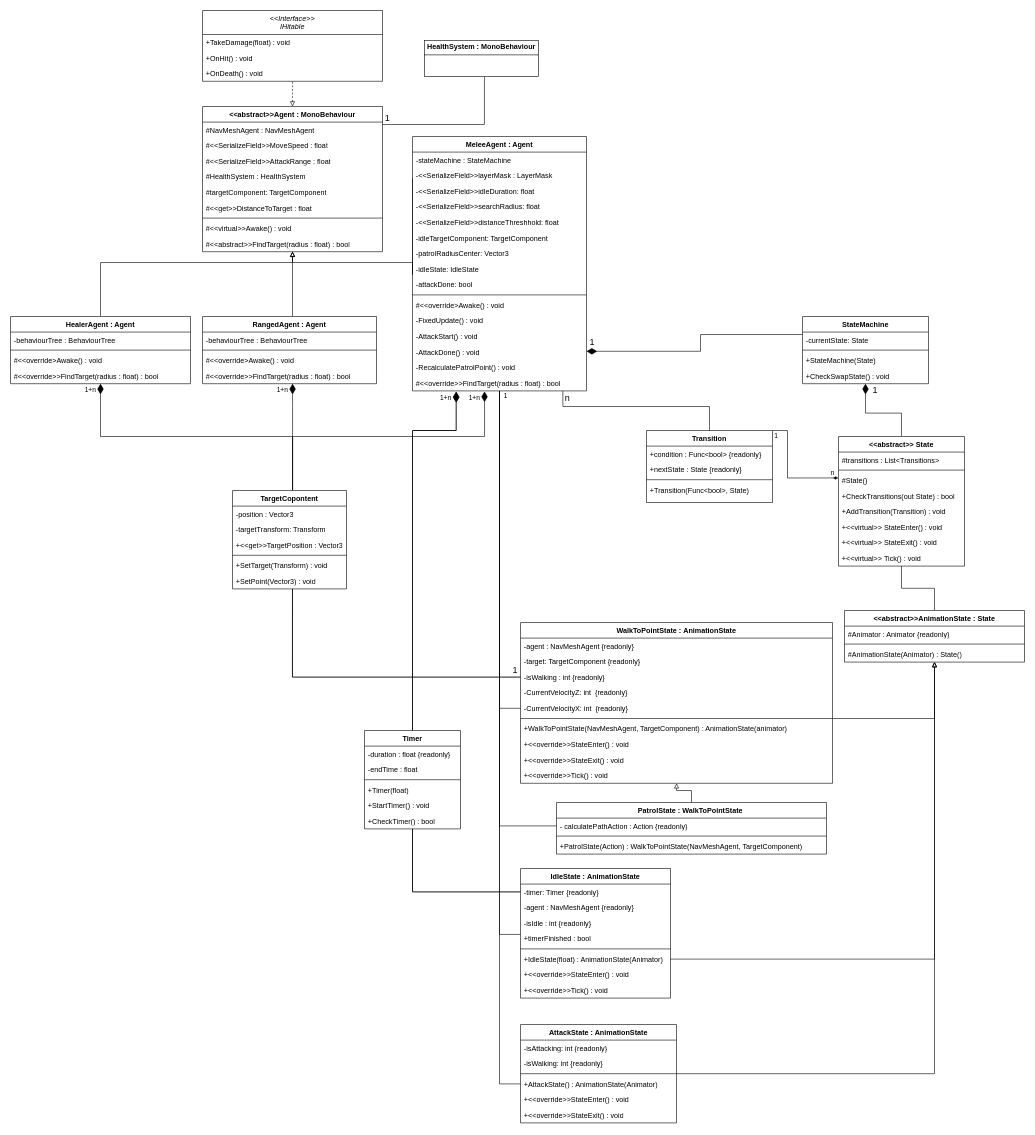
Before: page "Page-1" (1 of 2) of KIProjektKlasseDiagram.drawio in RDMJoker/LL_Semester2_Project, a draw.io diagram. Source tidied: cells renumbered, new cells numbered last; positions are measured from the earlier drawing's top-left corner, leaving out a move shared by most shapes. Both pictures are drawn from the tidied source at 60%, with x=0, y=0 at pixel (10, 10).
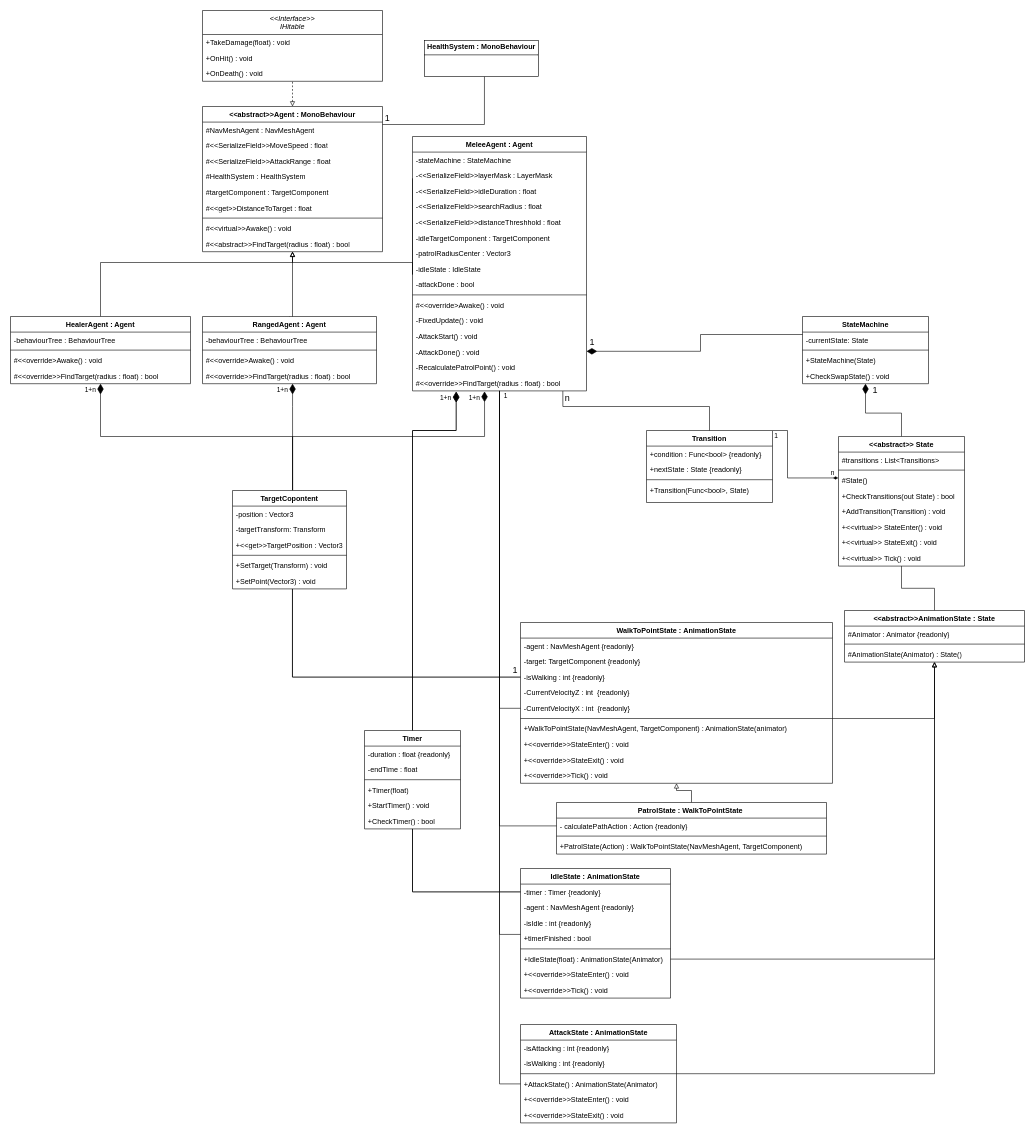
The same page after the edit.

Unchanged cells that the change refers to:
```xml
<mxCell id="5" value="MeleeAgent : Agent" style="swimlane;fontStyle=1;align=center;verticalAlign=top;horizontal=1;startSize=26;rounded=0;shadow=0;strokeWidth=1;" parent="1" vertex="1">
  <mxGeometry x="670" y="210" width="290" height="424" as="geometry" />
</mxCell>
<mxCell id="46" value="WalkToPointState : AnimationState" style="swimlane;fontStyle=1;align=center;verticalAlign=top;horizontal=1;startSize=26;rounded=0;shadow=0;strokeWidth=1;" parent="1" vertex="1">
  <mxGeometry x="850" y="1020" width="520" height="268" as="geometry" />
</mxCell>
<mxCell id="58" value="IdleState : AnimationState" style="swimlane;fontStyle=1;align=center;verticalAlign=top;horizontal=1;startSize=26;rounded=0;shadow=0;strokeWidth=1;" parent="1" vertex="1">
  <mxGeometry x="850" y="1430" width="250" height="216" as="geometry" />
</mxCell>
<mxCell id="70" value="&amp;lt;&amp;lt;abstract&amp;gt;&amp;gt;Agent : MonoBehaviour" style="swimlane;fontStyle=1;align=center;verticalAlign=top;horizontal=1;startSize=26;whiteSpace=wrap;html=1;" parent="1" vertex="1">
  <mxGeometry x="320" y="160" width="300" height="242" as="geometry" />
</mxCell>
<mxCell id="117" value="AttackState : AnimationState" style="swimlane;fontStyle=1;align=center;verticalAlign=top;horizontal=1;startSize=26;whiteSpace=wrap;html=1;" parent="1" vertex="1">
  <mxGeometry x="850" y="1690" width="260" height="164" as="geometry" />
</mxCell>
```

The edit, as a diff of the source:
```diff
@@
-    <mxCell id="8" value="-&lt;&lt;SerializeField&gt;&gt;idleDuration: float" style="text;align=left;verticalAlign=top;spacingLeft=4;spacingRight=4;overflow=hidden;" parent="5" vertex="1">
+    <mxCell id="8" value="-&lt;&lt;SerializeField&gt;&gt;idleDuration : float" style="text;align=left;verticalAlign=top;spacingLeft=4;spacingRight=4;overflow=hidden;" parent="5" vertex="1">
       <mxGeometry y="78" width="290" height="26" as="geometry" />
     </mxCell>
-    <mxCell id="9" value="-&lt;&lt;SerializeField&gt;&gt;searchRadius: float" style="text;align=left;verticalAlign=top;spacingLeft=4;spacingRight=4;overflow=hidden;" parent="5" vertex="1">
+    <mxCell id="9" value="-&lt;&lt;SerializeField&gt;&gt;searchRadius : float" style="text;align=left;verticalAlign=top;spacingLeft=4;spacingRight=4;overflow=hidden;" parent="5" vertex="1">
       <mxGeometry y="104" width="290" height="26" as="geometry" />
     </mxCell>
-    <mxCell id="10" value="-&lt;&lt;SerializeField&gt;&gt;distanceThreshhold: float" style="text;align=left;verticalAlign=top;spacingLeft=4;spacingRight=4;overflow=hidden;" parent="5" vertex="1">
+    <mxCell id="10" value="-&lt;&lt;SerializeField&gt;&gt;distanceThreshhold : float" style="text;align=left;verticalAlign=top;spacingLeft=4;spacingRight=4;overflow=hidden;" parent="5" vertex="1">
       <mxGeometry y="130" width="290" height="26" as="geometry" />
     </mxCell>
-    <mxCell id="11" value="-idleTargetComponent: TargetComponent" style="text;align=left;verticalAlign=top;spacingLeft=4;spacingRight=4;overflow=hidden;" parent="5" vertex="1">
+    <mxCell id="11" value="-idleTargetComponent : TargetComponent" style="text;align=left;verticalAlign=top;spacingLeft=4;spacingRight=4;overflow=hidden;" parent="5" vertex="1">
       <mxGeometry y="156" width="290" height="26" as="geometry" />
     </mxCell>
-    <mxCell id="12" value="-patrolRadiusCenter: Vector3" style="text;align=left;verticalAlign=top;spacingLeft=4;spacingRight=4;overflow=hidden;" parent="5" vertex="1">
+    <mxCell id="12" value="-patrolRadiusCenter : Vector3" style="text;align=left;verticalAlign=top;spacingLeft=4;spacingRight=4;overflow=hidden;" parent="5" vertex="1">
       <mxGeometry y="182" width="290" height="26" as="geometry" />
     </mxCell>
-    <mxCell id="13" value="-idleState: IdleState" style="text;align=left;verticalAlign=top;spacingLeft=4;spacingRight=4;overflow=hidden;" parent="5" vertex="1">
+    <mxCell id="13" value="-idleState : IdleState" style="text;align=left;verticalAlign=top;spacingLeft=4;spacingRight=4;overflow=hidden;" parent="5" vertex="1">
       <mxGeometry y="208" width="290" height="26" as="geometry" />
     </mxCell>
-    <mxCell id="14" value="-attackDone: bool" style="text;align=left;verticalAlign=top;spacingLeft=4;spacingRight=4;overflow=hidden;" parent="5" vertex="1">
+    <mxCell id="14" value="-attackDone : bool" style="text;align=left;verticalAlign=top;spacingLeft=4;spacingRight=4;overflow=hidden;" parent="5" vertex="1">
       <mxGeometry y="234" width="290" height="26" as="geometry" />
     </mxCell>
@@
-    <mxCell id="50" value="-CurrentVelocityZ: int  {readonly}" style="text;align=left;verticalAlign=top;spacingLeft=4;spacingRight=4;overflow=hidden;" parent="46" vertex="1">
+    <mxCell id="50" value="-CurrentVelocityZ : int  {readonly}" style="text;align=left;verticalAlign=top;spacingLeft=4;spacingRight=4;overflow=hidden;" parent="46" vertex="1">
       <mxGeometry y="104" width="520" height="26" as="geometry" />
     </mxCell>
-    <mxCell id="51" value="-CurrentVelocityX: int  {readonly}" style="text;align=left;verticalAlign=top;spacingLeft=4;spacingRight=4;overflow=hidden;points=[[0,0.5],[1,0.5]];portConstraint=eastwest;" parent="46" vertex="1">
+    <mxCell id="51" value="-CurrentVelocityX : int  {readonly}" style="text;align=left;verticalAlign=top;spacingLeft=4;spacingRight=4;overflow=hidden;points=[[0,0.5],[1,0.5]];portConstraint=eastwest;" parent="46" vertex="1">
       <mxGeometry y="130" width="520" height="26" as="geometry" />
     </mxCell>
@@
-    <mxCell id="59" value="-timer: Timer {readonly}" style="text;align=left;verticalAlign=top;spacingLeft=4;spacingRight=4;overflow=hidden;points=[[0,0.5],[1,0.5]];portConstraint=eastwest;" parent="58" vertex="1">
+    <mxCell id="59" value="-timer : Timer {readonly}" style="text;align=left;verticalAlign=top;spacingLeft=4;spacingRight=4;overflow=hidden;points=[[0,0.5],[1,0.5]];portConstraint=eastwest;" parent="58" vertex="1">
       <mxGeometry y="26" width="250" height="26" as="geometry" />
     </mxCell>
@@
-    <mxCell id="75" value="#targetComponent: TargetComponent" style="text;strokeColor=none;fillColor=none;align=left;verticalAlign=top;spacingLeft=4;spacingRight=4;overflow=hidden;whiteSpace=wrap;html=1;" parent="70" vertex="1">
+    <mxCell id="75" value="#targetComponent : TargetComponent" style="text;strokeColor=none;fillColor=none;align=left;verticalAlign=top;spacingLeft=4;spacingRight=4;overflow=hidden;whiteSpace=wrap;html=1;" parent="70" vertex="1">
       <mxGeometry y="130" width="300" height="26" as="geometry" />
     </mxCell>
@@
-    <mxCell id="118" value="-isAttacking: int {readonly}" style="text;strokeColor=none;fillColor=none;align=left;verticalAlign=top;spacingLeft=4;spacingRight=4;overflow=hidden;whiteSpace=wrap;html=1;" parent="117" vertex="1">
+    <mxCell id="118" value="-isAttacking : int {readonly}" style="text;strokeColor=none;fillColor=none;align=left;verticalAlign=top;spacingLeft=4;spacingRight=4;overflow=hidden;whiteSpace=wrap;html=1;" parent="117" vertex="1">
       <mxGeometry y="26" width="260" height="26" as="geometry" />
     </mxCell>
-    <mxCell id="119" value="-isWalking: int {readonly}" style="text;strokeColor=none;fillColor=none;align=left;verticalAlign=top;spacingLeft=4;spacingRight=4;overflow=hidden;whiteSpace=wrap;html=1;" parent="117" vertex="1">
+    <mxCell id="119" value="-isWalking : int {readonly}" style="text;strokeColor=none;fillColor=none;align=left;verticalAlign=top;spacingLeft=4;spacingRight=4;overflow=hidden;whiteSpace=wrap;html=1;" parent="117" vertex="1">
       <mxGeometry y="52" width="260" height="26" as="geometry" />
     </mxCell>
```
